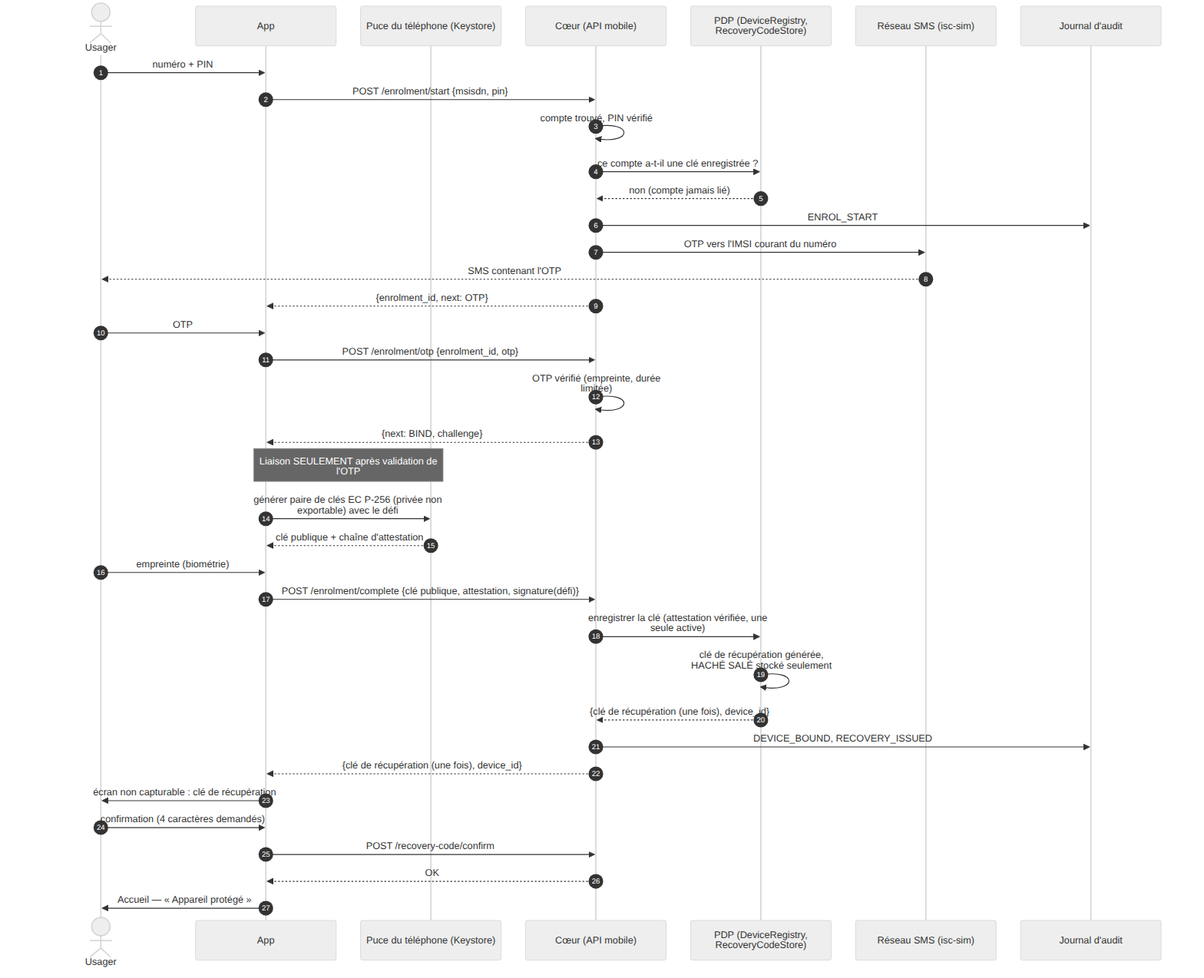
Before: docs/02-specifications/mobile/diagrams/D1_premier_enrolement.png, a diagram exported from Mermaid (kateyvana/Identishield-CM). Its source is kept beside it as docs/02-specifications/mobile/diagrams/D1_premier_enrolement.mmd.
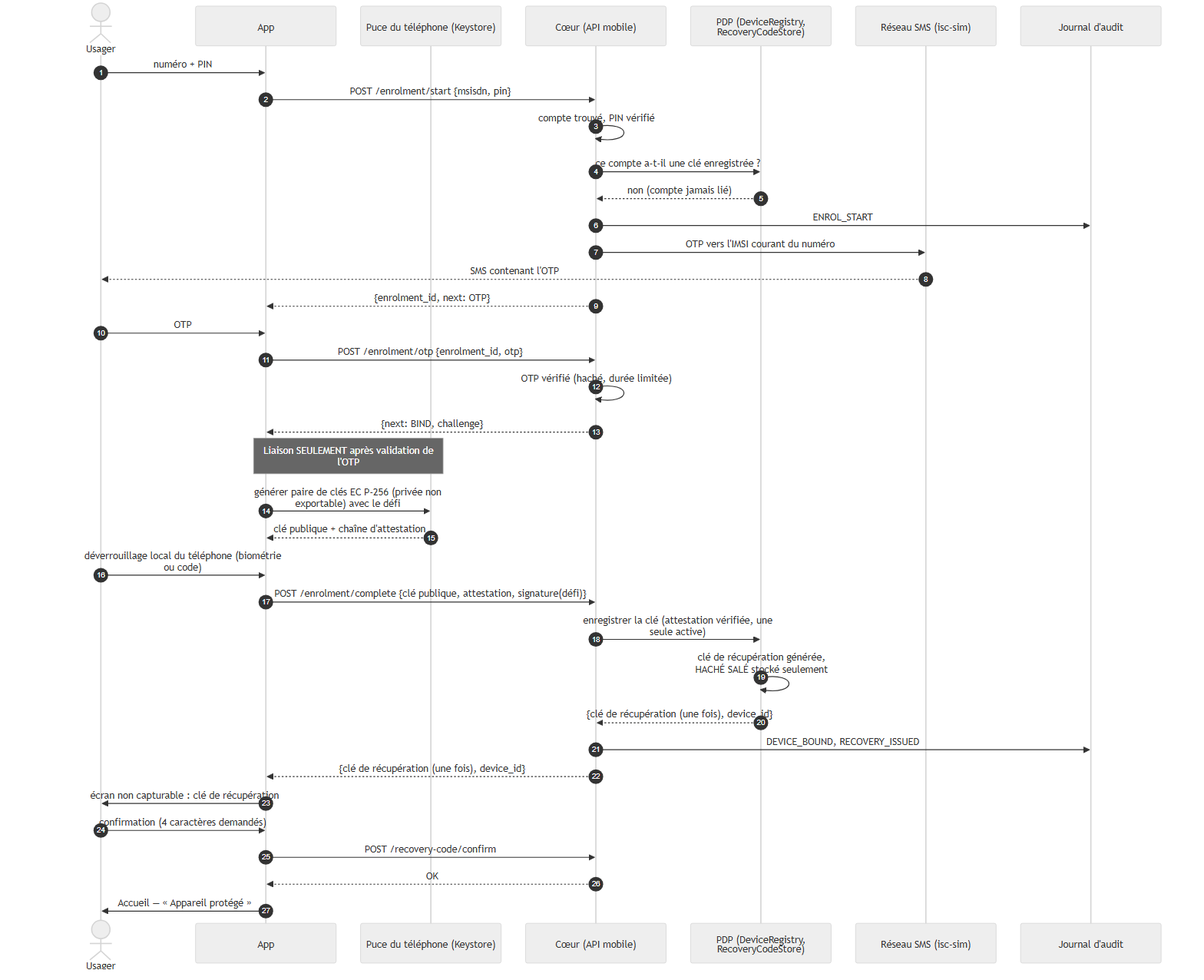
The same diagram one commit later.

The edit, as a diff of the source:
```diff
@@ -19,12 +19,12 @@
     S-->>A: {enrolment_id, next: OTP}
     U->>A: OTP
     A->>S: POST /enrolment/otp {enrolment_id, otp}
-    S->>S: OTP vérifié (empreinte, durée limitée)
+    S->>S: OTP vérifié (haché, durée limitée)
     S-->>A: {next: BIND, challenge}
     Note over A,K: Liaison SEULEMENT après validation de l'OTP
     A->>K: générer paire de clés EC P-256 (privée non exportable) avec le défi
     K-->>A: clé publique + chaîne d'attestation
-    U->>A: empreinte (biométrie)
+    U->>A: déverrouillage local du téléphone (biométrie ou code)
     A->>S: POST /enrolment/complete {clé publique, attestation, signature(défi)}
     S->>P: enregistrer la clé (attestation vérifiée, une seule active)
     P->>P: clé de récupération générée, HACHÉ SALÉ stocké seulement
```
